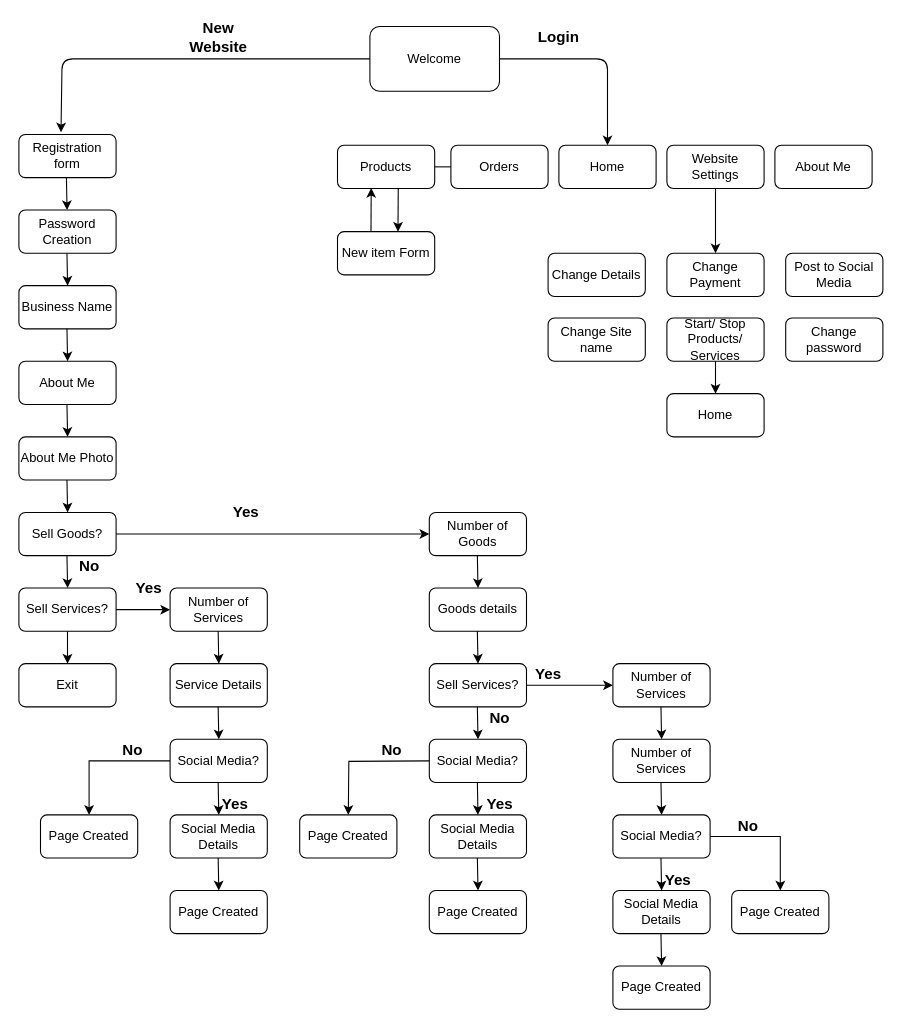
willdonlan8/test keeps this draw.io diagram as Copy of app_eng_latest.drawio. Above is the earlier version. Source tidied: cells renumbered, new cells numbered last; positions are measured from the earlier drawing's top-left corner, leaving out a move shared by most shapes. Both pictures are drawn from the tidied source at 108%, with x=0, y=0 at pixel (18, 26).
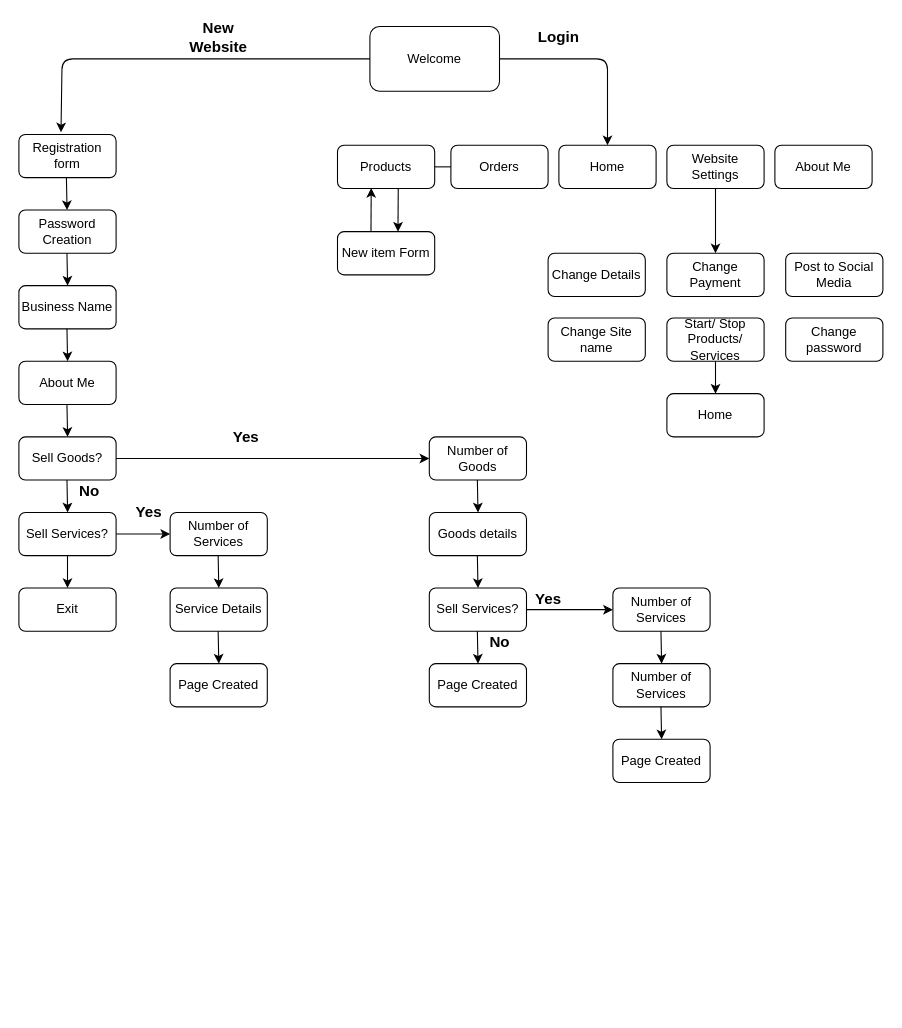
After the change.

Commit message:
app_eng_sitemap_latest (Narcis).drawio

The edit, as a diff of the source:
```diff
@@
-    <mxCell id="9" value="About Me Photo" style="rounded=1;whiteSpace=wrap;html=1;" parent="1" vertex="1">
-      <mxGeometry y="380" width="90" height="40" as="geometry" />
-    </mxCell>
     <mxCell id="10" value="Sell Goods?" style="rounded=1;whiteSpace=wrap;html=1;" parent="1" vertex="1">
-      <mxGeometry y="450" width="90" height="40" as="geometry" />
+      <mxGeometry y="380" width="90" height="40" as="geometry" />
     </mxCell>
@@
     <mxCell id="13" value="Sell Services?" style="rounded=1;whiteSpace=wrap;html=1;" parent="1" vertex="1">
-      <mxGeometry y="520" width="90" height="40" as="geometry" />
+      <mxGeometry y="450" width="90" height="40" as="geometry" />
     </mxCell>
     <mxCell id="14" value="Exit" style="rounded=1;whiteSpace=wrap;html=1;" parent="1" vertex="1">
-      <mxGeometry y="590" width="90" height="40" as="geometry" />
+      <mxGeometry y="520" width="90" height="40" as="geometry" />
     </mxCell>
     <mxCell id="15" value="Number of Goods" style="rounded=1;whiteSpace=wrap;html=1;" parent="1" vertex="1">
-      <mxGeometry x="380" y="450" width="90" height="40" as="geometry" />
+      <mxGeometry x="380" y="380" width="90" height="40" as="geometry" />
     </mxCell>
     <mxCell id="16" value="Goods details" style="rounded=1;whiteSpace=wrap;html=1;" parent="1" vertex="1">
-      <mxGeometry x="380" y="520" width="90" height="40" as="geometry" />
+      <mxGeometry x="380" y="450" width="90" height="40" as="geometry" />
     </mxCell>
@@
     <mxCell id="18" value="Sell Services?" style="rounded=1;whiteSpace=wrap;html=1;" parent="1" vertex="1">
-      <mxGeometry x="380" y="590" width="90" height="40" as="geometry" />
+      <mxGeometry x="380" y="520" width="90" height="40" as="geometry" />
     </mxCell>
     <mxCell id="19" value="Number of Services" style="rounded=1;whiteSpace=wrap;html=1;" parent="1" vertex="1">
-      <mxGeometry x="140" y="520" width="90" height="40" as="geometry" />
+      <mxGeometry x="140" y="450" width="90" height="40" as="geometry" />
     </mxCell>
     <mxCell id="20" value="Service Details" style="rounded=1;whiteSpace=wrap;html=1;" parent="1" vertex="1">
-      <mxGeometry x="140" y="590" width="90" height="40" as="geometry" />
+      <mxGeometry x="140" y="520" width="90" height="40" as="geometry" />
     </mxCell>
     <mxCell id="21" value="Number of Services" style="rounded=1;whiteSpace=wrap;html=1;" parent="1" vertex="1">
-      <mxGeometry x="550" y="590" width="90" height="40" as="geometry" />
+      <mxGeometry x="550" y="520" width="90" height="40" as="geometry" />
     </mxCell>
     <mxCell id="22" value="Number of Services" style="rounded=1;whiteSpace=wrap;html=1;" parent="1" vertex="1">
-      <mxGeometry x="550" y="660" width="90" height="40" as="geometry" />
+      <mxGeometry x="550" y="590" width="90" height="40" as="geometry" />
     </mxCell>
-    <mxCell id="23" value="Social Media?" style="rounded=1;whiteSpace=wrap;html=1;" parent="1" vertex="1">
-      <mxGeometry x="380" y="660" width="90" height="40" as="geometry" />
-    </mxCell>
-    <mxCell id="24" style="edgeStyle=orthogonalEdgeStyle;rounded=0;jettySize=auto;html=1;" parent="1" edge="1" source="25" target="30">
-      <mxGeometry relative="1" as="geometry" />
-    </mxCell>
-    <mxCell id="25" value="Social Media?" style="rounded=1;whiteSpace=wrap;html=1;" parent="1" vertex="1">
-      <mxGeometry x="550" y="730" width="90" height="40" as="geometry" />
-    </mxCell>
-    <mxCell id="26" style="edgeStyle=orthogonalEdgeStyle;rounded=0;jettySize=auto;html=1;" parent="1" edge="1" source="27" target="28">
-      <mxGeometry relative="1" as="geometry" />
-    </mxCell>
-    <mxCell id="27" value="Social Media?" style="rounded=1;whiteSpace=wrap;html=1;" parent="1" vertex="1">
-      <mxGeometry x="140" y="660" width="90" height="40" as="geometry" />
-    </mxCell>
-    <mxCell id="28" value="Page Created" style="rounded=1;whiteSpace=wrap;html=1;" parent="1" vertex="1">
-      <mxGeometry x="20" y="730" width="90" height="40" as="geometry" />
-    </mxCell>
-    <mxCell id="29" value="Social Media Details" style="rounded=1;whiteSpace=wrap;html=1;" parent="1" vertex="1">
-      <mxGeometry x="140" y="730" width="90" height="40" as="geometry" />
-    </mxCell>
-    <mxCell id="30" value="Page Created" style="rounded=1;whiteSpace=wrap;html=1;" parent="1" vertex="1">
-      <mxGeometry x="660" y="800" width="90" height="40" as="geometry" />
-    </mxCell>
     <mxCell id="31" style="endArrow=classic;html=1;entryX=0;entryY=0.5;entryDx=0;entryDy=0;" parent="1" edge="1" target="15">
       <mxGeometry relative="1" as="geometry">
-        <mxPoint x="90" y="470" as="sourcePoint" />
+        <mxPoint x="90" y="400" as="sourcePoint" />
       </mxGeometry>
     </mxCell>
@@
-    <mxCell id="36" style="endArrow=classic;html=1;" parent="1" edge="1">
-      <mxGeometry relative="1" as="geometry">
-        <mxPoint x="44.5" y="420" as="sourcePoint" />
-        <mxPoint x="45.1" y="450" as="targetPoint" />
-      </mxGeometry>
-    </mxCell>
     <mxCell id="37" style="endArrow=classic;html=1;" parent="1" edge="1">
       <mxGeometry relative="1" as="geometry">
-        <mxPoint x="44.5" y="490" as="sourcePoint" />
-        <mxPoint x="45.1" y="520" as="targetPoint" />
+        <mxPoint x="44.5" y="420" as="sourcePoint" />
+        <mxPoint x="45.1" y="450" as="targetPoint" />
       </mxGeometry>
     </mxCell>
     <mxCell id="38" style="endArrow=classic;html=1;" parent="1" edge="1">
       <mxGeometry relative="1" as="geometry">
-        <mxPoint x="184.5" y="560" as="sourcePoint" />
-        <mxPoint x="185.1" y="590" as="targetPoint" />
+        <mxPoint x="184.5" y="490" as="sourcePoint" />
+        <mxPoint x="185.1" y="520" as="targetPoint" />
       </mxGeometry>
     </mxCell>
     <mxCell id="39" style="endArrow=classic;html=1;" parent="1" edge="1">
       <mxGeometry relative="1" as="geometry">
-        <mxPoint x="184.5" y="630" as="sourcePoint" />
-        <mxPoint x="185.1" y="660" as="targetPoint" />
+        <mxPoint x="184.5" y="560" as="sourcePoint" />
+        <mxPoint x="185.1" y="590" as="targetPoint" />
       </mxGeometry>
     </mxCell>
     <mxCell id="40" style="endArrow=classic;html=1;" parent="1" edge="1">
       <mxGeometry relative="1" as="geometry">
-        <mxPoint x="424.5" y="490" as="sourcePoint" />
-        <mxPoint x="425.1" y="520" as="targetPoint" />
+        <mxPoint x="424.5" y="420" as="sourcePoint" />
+        <mxPoint x="425.1" y="450" as="targetPoint" />
       </mxGeometry>
     </mxCell>
     <mxCell id="41" style="endArrow=classic;html=1;" parent="1" edge="1">
       <mxGeometry relative="1" as="geometry">
-        <mxPoint x="424.5" y="560" as="sourcePoint" />
-        <mxPoint x="425.1" y="590" as="targetPoint" />
+        <mxPoint x="424.5" y="490" as="sourcePoint" />
+        <mxPoint x="425.1" y="520" as="targetPoint" />
       </mxGeometry>
     </mxCell>
     <mxCell id="42" style="endArrow=classic;html=1;" parent="1" edge="1">
       <mxGeometry relative="1" as="geometry">
-        <mxPoint x="424.5" y="630" as="sourcePoint" />
-        <mxPoint x="425.1" y="660" as="targetPoint" />
+        <mxPoint x="424.5" y="560" as="sourcePoint" />
+        <mxPoint x="425.1" y="590" as="targetPoint" />
       </mxGeometry>
     </mxCell>
     <mxCell id="43" style="endArrow=classic;html=1;" parent="1" edge="1">
       <mxGeometry relative="1" as="geometry">
-        <mxPoint x="594.5" y="630" as="sourcePoint" />
-        <mxPoint x="595.1" y="660" as="targetPoint" />
+        <mxPoint x="594.5" y="560" as="sourcePoint" />
+        <mxPoint x="595.1" y="590" as="targetPoint" />
       </mxGeometry>
     </mxCell>
     <mxCell id="44" style="endArrow=classic;html=1;" parent="1" edge="1">
       <mxGeometry relative="1" as="geometry">
-        <mxPoint x="594.5" y="700" as="sourcePoint" />
-        <mxPoint x="595.1" y="730" as="targetPoint" />
+        <mxPoint x="594.5" y="630" as="sourcePoint" />
+        <mxPoint x="595.1" y="660" as="targetPoint" />
       </mxGeometry>
     </mxCell>
     <mxCell id="45" value="&lt;b&gt;&lt;font style=&quot;font-size: 14px&quot;&gt;Yes&lt;/font&gt;&lt;/b&gt;" style="text;html=1;align=center;verticalAlign=middle;fillColor=none;strokeColor=none;rounded=0;" parent="1" vertex="1">
-      <mxGeometry x="190" y="440" width="40" height="20" as="geometry" />
+      <mxGeometry x="190" y="370" width="40" height="20" as="geometry" />
     </mxCell>
     <mxCell id="46" value="&lt;font style=&quot;font-size: 14px&quot;&gt;&lt;b&gt;No&lt;/b&gt;&lt;/font&gt;" style="text;html=1;align=center;verticalAlign=middle;fillColor=none;strokeColor=none;rounded=0;" parent="1" vertex="1">
-      <mxGeometry x="50" y="490" width="30" height="20" as="geometry" />
+      <mxGeometry x="50" y="420" width="30" height="20" as="geometry" />
     </mxCell>
     <mxCell id="47" value="&lt;font style=&quot;font-size: 14px&quot;&gt;&lt;b&gt;Yes&lt;/b&gt;&lt;/font&gt;" style="text;html=1;align=center;verticalAlign=middle;fillColor=none;strokeColor=none;rounded=0;" parent="1" vertex="1">
-      <mxGeometry x="100" y="510" width="40" height="20" as="geometry" />
+      <mxGeometry x="100" y="440" width="40" height="20" as="geometry" />
     </mxCell>
     <mxCell id="48" value="&lt;font style=&quot;font-size: 14px&quot;&gt;&lt;b&gt;Yes&lt;/b&gt;&lt;/font&gt;" style="text;html=1;align=center;verticalAlign=middle;fillColor=none;strokeColor=none;rounded=0;" parent="1" vertex="1">
-      <mxGeometry x="470" y="590" width="40" height="20" as="geometry" />
+      <mxGeometry x="470" y="520" width="40" height="20" as="geometry" />
     </mxCell>
     <mxCell id="49" value="&lt;font style=&quot;font-size: 14px&quot;&gt;&lt;b&gt;No&lt;/b&gt;&lt;/font&gt;" style="text;html=1;align=center;verticalAlign=middle;fillColor=none;strokeColor=none;rounded=0;" parent="1" vertex="1">
-      <mxGeometry x="430" y="630" width="30" height="20" as="geometry" />
+      <mxGeometry x="430" y="560" width="30" height="20" as="geometry" />
     </mxCell>
     <mxCell id="50" value="Page Created" style="rounded=1;whiteSpace=wrap;html=1;" parent="1" vertex="1">
-      <mxGeometry x="140" y="800" width="90" height="40" as="geometry" />
+      <mxGeometry x="140" y="590" width="90" height="40" as="geometry" />
     </mxCell>
     <mxCell id="51" value="Page Created" style="rounded=1;whiteSpace=wrap;html=1;" parent="1" vertex="1">
-      <mxGeometry x="550" y="870" width="90" height="40" as="geometry" />
+      <mxGeometry x="550" y="660" width="90" height="40" as="geometry" />
     </mxCell>
-    <mxCell id="52" value="Social Media Details" style="rounded=1;whiteSpace=wrap;html=1;" parent="1" vertex="1">
-      <mxGeometry x="550" y="800" width="90" height="40" as="geometry" />
-    </mxCell>
-    <mxCell id="53" value="Page Created" style="rounded=1;whiteSpace=wrap;html=1;" parent="1" vertex="1">
-      <mxGeometry x="260" y="730" width="90" height="40" as="geometry" />
-    </mxCell>
-    <mxCell id="54" style="endArrow=classic;html=1;" parent="1" edge="1">
-      <mxGeometry relative="1" as="geometry">
-        <mxPoint x="184.5" y="700" as="sourcePoint" />
-        <mxPoint x="185.1" y="730" as="targetPoint" />
-      </mxGeometry>
-    </mxCell>
-    <mxCell id="55" style="endArrow=classic;html=1;" parent="1" edge="1">
-      <mxGeometry relative="1" as="geometry">
-        <mxPoint x="184.5" y="770" as="sourcePoint" />
-        <mxPoint x="185.1" y="800" as="targetPoint" />
-      </mxGeometry>
-    </mxCell>
-    <mxCell id="56" value="Social Media Details" style="rounded=1;whiteSpace=wrap;html=1;" parent="1" vertex="1">
-      <mxGeometry x="380" y="730" width="90" height="40" as="geometry" />
-    </mxCell>
     <mxCell id="57" value="Page Created" style="rounded=1;whiteSpace=wrap;html=1;" parent="1" vertex="1">
-      <mxGeometry x="380" y="800" width="90" height="40" as="geometry" />
+      <mxGeometry x="380" y="590" width="90" height="40" as="geometry" />
     </mxCell>
-    <mxCell id="58" style="endArrow=classic;html=1;" parent="1" edge="1">
-      <mxGeometry relative="1" as="geometry">
-        <mxPoint x="424.5" y="700" as="sourcePoint" />
-        <mxPoint x="425.1" y="730" as="targetPoint" />
-      </mxGeometry>
-    </mxCell>
-    <mxCell id="59" style="endArrow=classic;html=1;" parent="1" edge="1">
-      <mxGeometry relative="1" as="geometry">
-        <mxPoint x="424.5" y="770" as="sourcePoint" />
-        <mxPoint x="425.1" y="800" as="targetPoint" />
-      </mxGeometry>
-    </mxCell>
-    <mxCell id="60" style="edgeStyle=orthogonalEdgeStyle;rounded=0;orthogonalLoop=1;jettySize=auto;html=1;" parent="1" edge="1">
-      <mxGeometry relative="1" as="geometry">
-        <mxPoint x="380" y="680" as="sourcePoint" />
-        <mxPoint x="305" y="730" as="targetPoint" />
-      </mxGeometry>
-    </mxCell>
-    <mxCell id="61" style="endArrow=classic;html=1;" parent="1" edge="1">
-      <mxGeometry relative="1" as="geometry">
-        <mxPoint x="594.5" y="770" as="sourcePoint" />
-        <mxPoint x="595.1" y="800" as="targetPoint" />
-      </mxGeometry>
-    </mxCell>
-    <mxCell id="62" style="endArrow=classic;html=1;" parent="1" edge="1">
-      <mxGeometry relative="1" as="geometry">
-        <mxPoint x="594.5" y="840" as="sourcePoint" />
-        <mxPoint x="595.1" y="870" as="targetPoint" />
-      </mxGeometry>
-    </mxCell>
-    <mxCell id="63" value="&lt;font style=&quot;font-size: 14px&quot;&gt;&lt;b&gt;Yes&lt;/b&gt;&lt;/font&gt;" style="text;html=1;align=center;verticalAlign=middle;fillColor=none;strokeColor=none;rounded=0;" parent="1" vertex="1">
-      <mxGeometry x="590" y="780" width="40" height="20" as="geometry" />
-    </mxCell>
-    <mxCell id="64" value="&lt;font style=&quot;font-size: 14px&quot;&gt;&lt;b&gt;Yes&lt;/b&gt;&lt;/font&gt;" style="text;html=1;align=center;verticalAlign=middle;fillColor=none;strokeColor=none;rounded=0;" parent="1" vertex="1">
-      <mxGeometry x="425" y="710" width="40" height="20" as="geometry" />
-    </mxCell>
-    <mxCell id="65" value="&lt;font style=&quot;font-size: 14px&quot;&gt;&lt;b&gt;Yes&lt;/b&gt;&lt;/font&gt;" style="text;html=1;align=center;verticalAlign=middle;fillColor=none;strokeColor=none;rounded=0;" parent="1" vertex="1">
-      <mxGeometry x="180" y="710" width="40" height="20" as="geometry" />
-    </mxCell>
-    <mxCell id="66" value="&lt;font style=&quot;font-size: 14px&quot;&gt;&lt;b&gt;No&lt;/b&gt;&lt;/font&gt;" style="text;html=1;align=center;verticalAlign=middle;fillColor=none;strokeColor=none;rounded=0;" parent="1" vertex="1">
-      <mxGeometry x="90" y="660" width="30" height="20" as="geometry" />
-    </mxCell>
-    <mxCell id="67" value="&lt;font style=&quot;font-size: 14px&quot;&gt;&lt;b&gt;No&lt;/b&gt;&lt;/font&gt;" style="text;html=1;align=center;verticalAlign=middle;fillColor=none;strokeColor=none;rounded=0;" parent="1" vertex="1">
-      <mxGeometry x="330" y="660" width="30" height="20" as="geometry" />
-    </mxCell>
-    <mxCell id="68" value="&lt;font style=&quot;font-size: 14px&quot;&gt;&lt;b&gt;No&lt;/b&gt;&lt;/font&gt;" style="text;html=1;align=center;verticalAlign=middle;fillColor=none;strokeColor=none;rounded=0;" parent="1" vertex="1">
-      <mxGeometry x="660" y="730" width="30" height="20" as="geometry" />
-    </mxCell>
```
